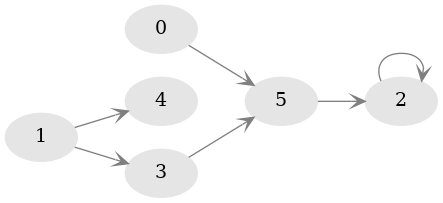
The Graphviz diagram grafos/implementacoes/listaAdjacencia/graph.png in FranciscoGJR/Data-Structures, before a commit. Its source is kept beside it as grafos/implementacoes/listaAdjacencia/graph.dot.
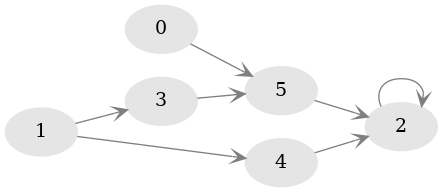
The same diagram one commit later.

Change to the diagram source:
```diff
@@ -7,5 +7,6 @@
 1 -> 3;
 2 -> 2;
 3 -> 5;
+4 -> 2;
 5 -> 2;
 }
```
